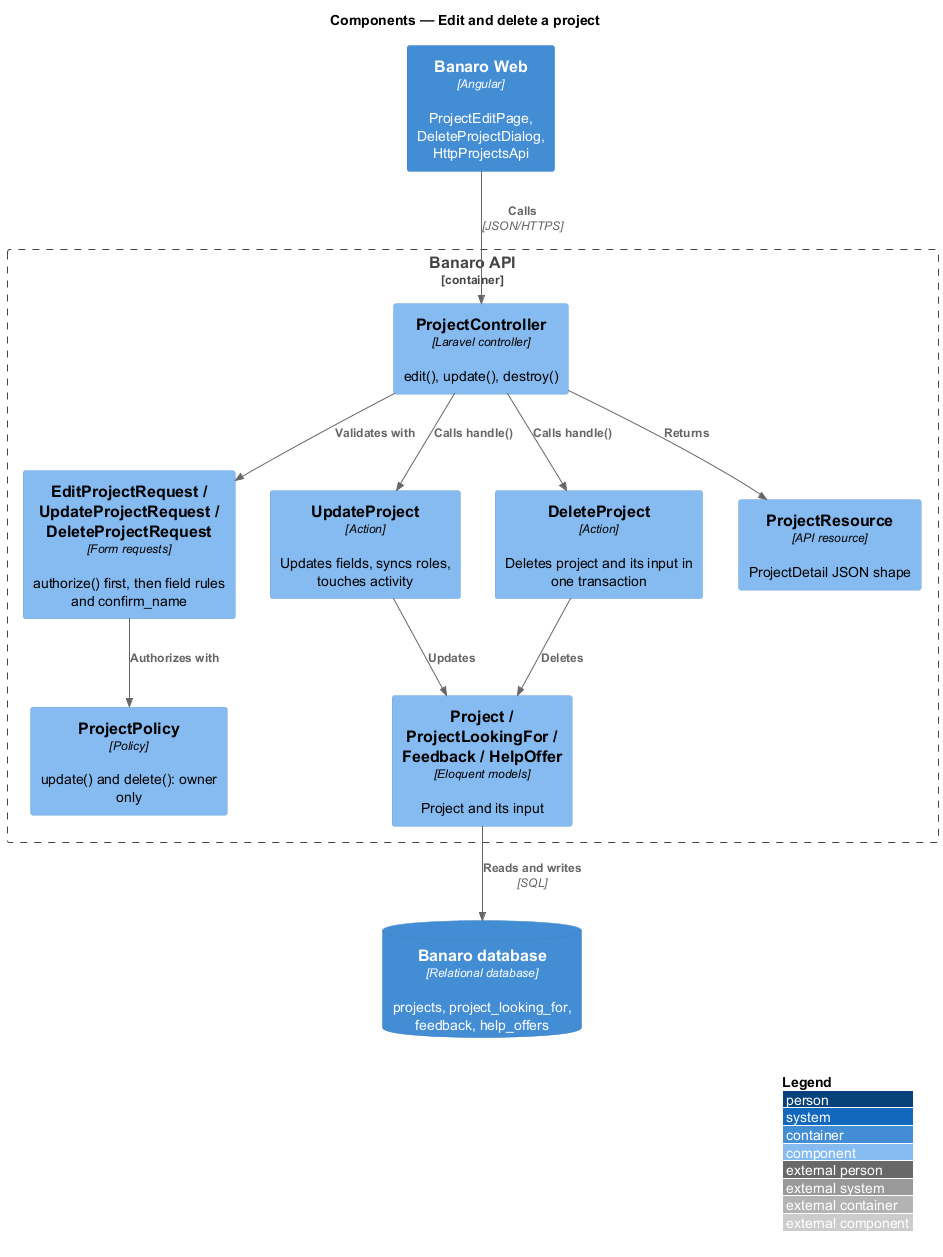
Above: docs/detailed-designs/projects/edit-and-delete-project/diagrams/c4-component.png in QuinntyneBrown/banaro (PlantUML), before the change. Source of this version:
```plantuml
@startuml
!include <C4/C4_Component>
LAYOUT_WITH_LEGEND()
title Components — Edit and delete a project

Container(web, "Banaro Web", "Angular", "ProjectEditPage, DeleteProjectDialog, HttpProjectsApi")
ContainerDb(db, "Banaro database", "Relational database", "projects, project_looking_for, feedback, help_offers")

Container_Boundary(api, "Banaro API") {
  Component(ctrl, "ProjectController", "Laravel controller", "edit(), update(), destroy()")
  Component(req, "EditProjectRequest / UpdateProjectRequest / DeleteProjectRequest", "Form requests", "authorize() first, then field rules and confirm_name")
  Component(policy, "ProjectPolicy", "Policy", "update() and delete(): owner only")
  Component(update, "UpdateProject", "Action", "Updates fields, syncs roles, touches activity")
  Component(delete, "DeleteProject", "Action", "Deletes project and its input in one transaction")
  Component(models, "Project / ProjectLookingFor / Feedback / HelpOffer", "Eloquent models", "Project and its input")
  Component(resource, "ProjectResource", "API resource", "ProjectDetail JSON shape")
}

Rel(web, ctrl, "Calls", "JSON/HTTPS")
Rel(ctrl, req, "Validates with")
Rel(req, policy, "Authorizes with")
Rel(ctrl, update, "Calls handle()")
Rel(ctrl, delete, "Calls handle()")
Rel(ctrl, resource, "Returns")
Rel(update, models, "Updates")
Rel(delete, models, "Deletes")
Rel(models, db, "Reads and writes", "SQL")
@enduml
```
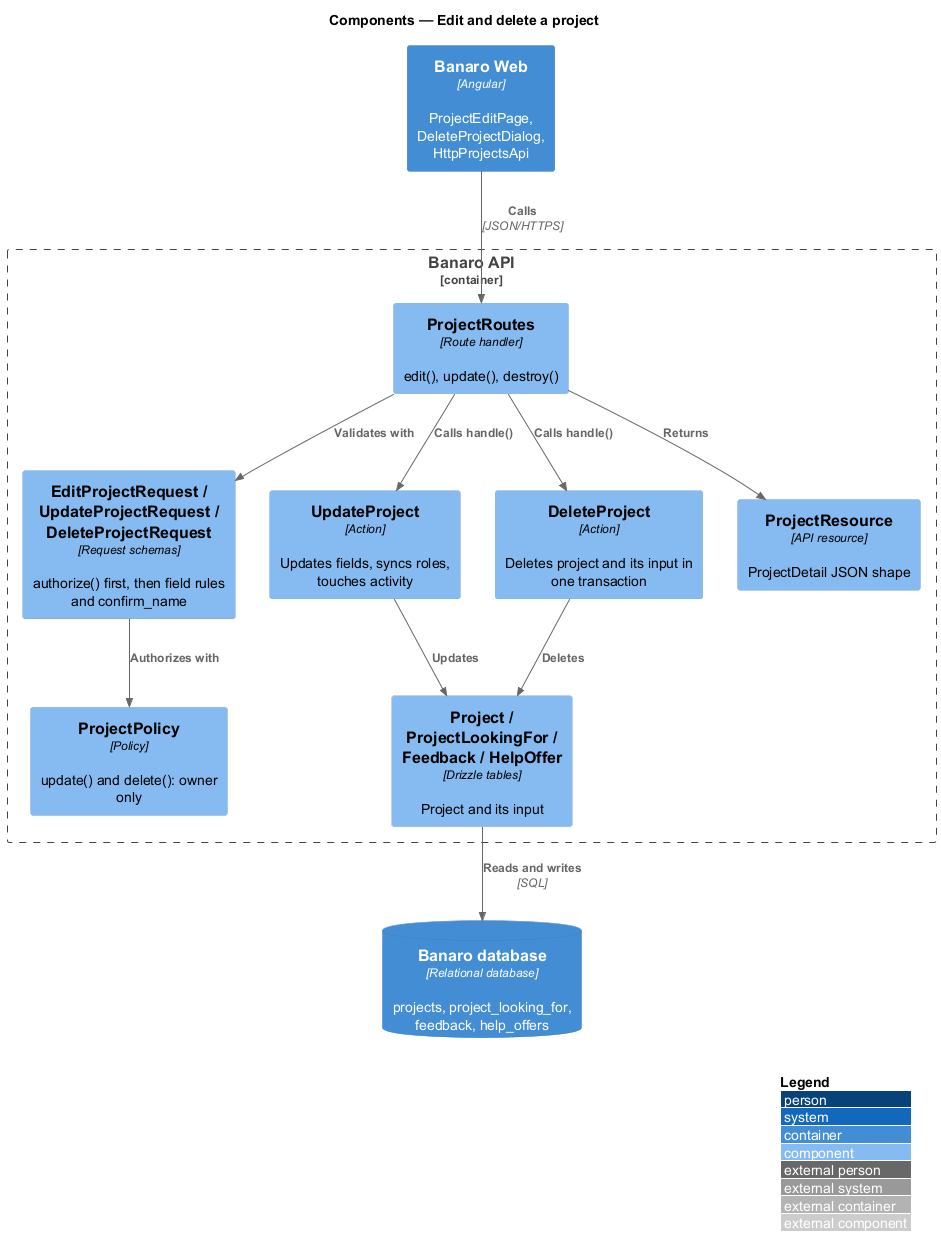
Above is the later version.

The edit, as a diff of the source:
```diff
@@ -7,12 +7,12 @@
 ContainerDb(db, "Banaro database", "Relational database", "projects, project_looking_for, feedback, help_offers")
 
 Container_Boundary(api, "Banaro API") {
-  Component(ctrl, "ProjectController", "Laravel controller", "edit(), update(), destroy()")
-  Component(req, "EditProjectRequest / UpdateProjectRequest / DeleteProjectRequest", "Form requests", "authorize() first, then field rules and confirm_name")
+  Component(ctrl, "ProjectRoutes", "Route handler", "edit(), update(), destroy()")
+  Component(req, "EditProjectRequest / UpdateProjectRequest / DeleteProjectRequest", "Request schemas", "authorize() first, then field rules and confirm_name")
   Component(policy, "ProjectPolicy", "Policy", "update() and delete(): owner only")
   Component(update, "UpdateProject", "Action", "Updates fields, syncs roles, touches activity")
   Component(delete, "DeleteProject", "Action", "Deletes project and its input in one transaction")
-  Component(models, "Project / ProjectLookingFor / Feedback / HelpOffer", "Eloquent models", "Project and its input")
+  Component(models, "Project / ProjectLookingFor / Feedback / HelpOffer", "Drizzle tables", "Project and its input")
   Component(resource, "ProjectResource", "API resource", "ProjectDetail JSON shape")
 }
 
```
